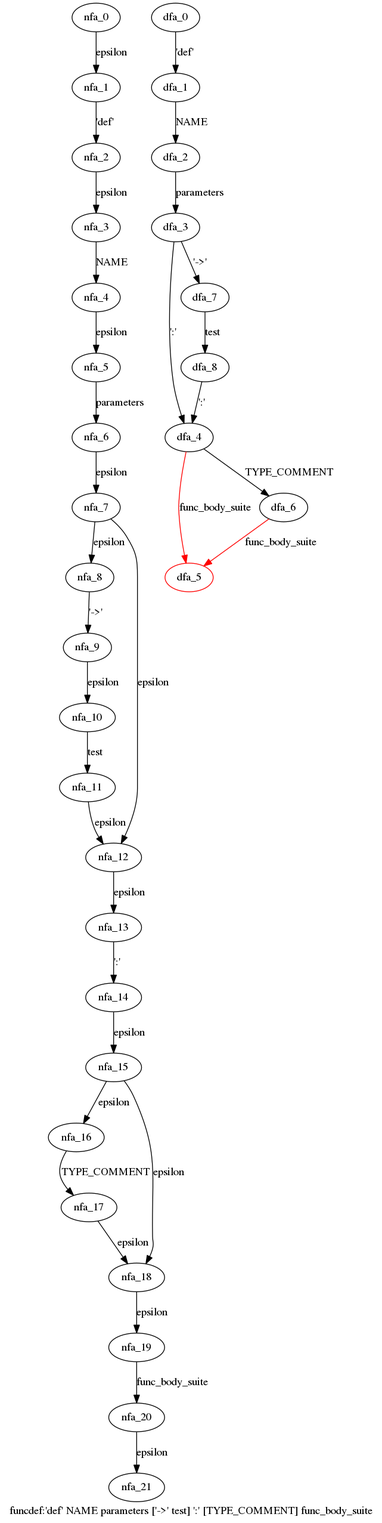
Above: cpython/grammar/handwrite/nfa_dfas/7.funcdef.dot.png in WinChua/blog (Graphviz), before the change. Its source is kept beside it as cpython/grammar/handwrite/nfa_dfas/7.funcdef.dot.
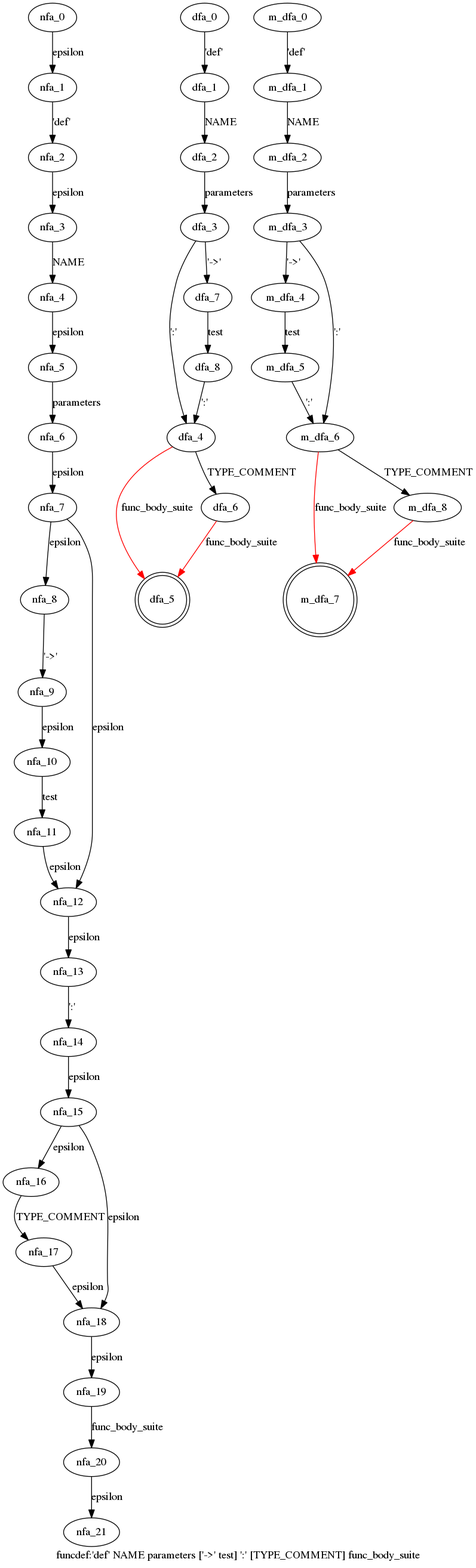
Above is the later version.

Change to the diagram source:
```diff
@@ -36,6 +36,19 @@
   dfa_3->dfa_7[label="'->'"]
   dfa_7->dfa_8[label="test"]
   dfa_8->dfa_4[label="':'"]
-  dfa_5[color=red]
+  dfa_5[shape=doublecircle]
+  }
+ subgraph funcdef_m_dfa {
+  m_dfa_0->m_dfa_1[label="'def'"]
+  m_dfa_1->m_dfa_2[label="NAME"]
+  m_dfa_2->m_dfa_3[label="parameters"]
+  m_dfa_3->m_dfa_4[label="'->'"]
+  m_dfa_4->m_dfa_5[label="test"]
+  m_dfa_5->m_dfa_6[label="':'"]
+  m_dfa_6->m_dfa_7[label="func_body_suite",color=red]
+  m_dfa_6->m_dfa_8[label="TYPE_COMMENT"]
+  m_dfa_8->m_dfa_7[label="func_body_suite",color=red]
+  m_dfa_3->m_dfa_6[label="':'"]
+  m_dfa_7[shape=doublecircle]
   }
 }
```
